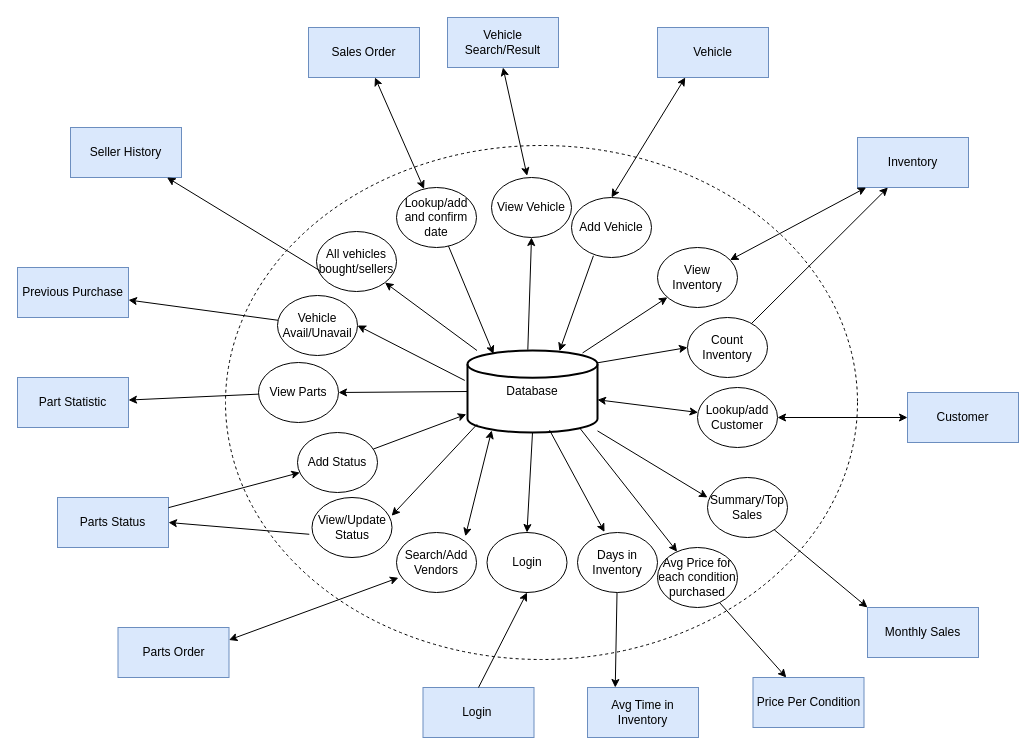
This is phase1IFD_2.drawio from dav1dwd/CS6400, a draw.io file, before an edit. Source tidied: cells renumbered, new cells numbered last; positions are measured from the earlier drawing's top-left corner, leaving out a move shared by most shapes. Both pictures are drawn from the tidied source at 100%, with x=0, y=0 at pixel (17, 17).
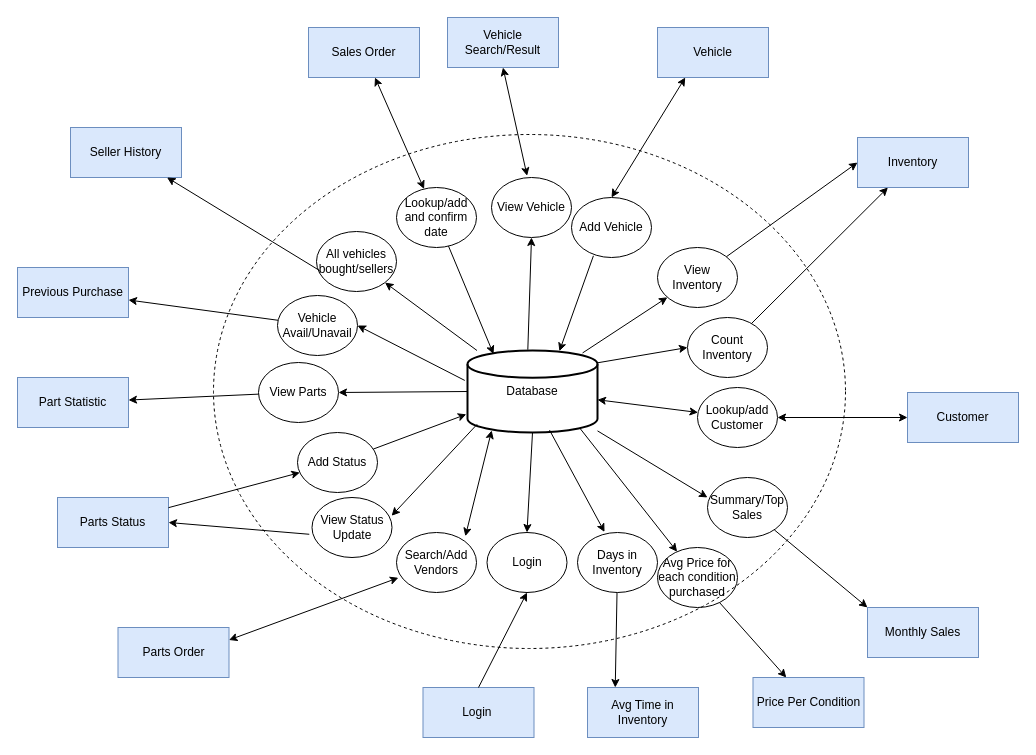
The same diagram, later.

Unchanged cells that the change refers to:
```xml
<mxCell id="23" value="Inventory&lt;br&gt;" style="rounded=0;whiteSpace=wrap;html=1;fillColor=#dae8fc;strokeColor=#6c8ebf;" parent="1" vertex="1">
  <mxGeometry x="840" y="120" width="111" height="50" as="geometry" />
</mxCell>
<mxCell id="24" value="View Inventory" style="ellipse;whiteSpace=wrap;html=1;" parent="1" vertex="1">
  <mxGeometry x="640" y="230" width="80" height="60" as="geometry" />
</mxCell>
```

Diff of the diagram source:
```diff
@@
-    <mxCell id="6" value="View/Update Status" style="ellipse;whiteSpace=wrap;html=1;" parent="1" vertex="1">
+    <mxCell id="6" value="View Status Update" style="ellipse;whiteSpace=wrap;html=1;" parent="1" vertex="1">
       <mxGeometry x="294.5" y="480" width="80" height="60" as="geometry" />
     </mxCell>
@@
-    <mxCell id="31" style="endArrow=classic;startArrow=classic;html=1;rounded=0;" parent="1" edge="1" source="24" target="23">
-      <mxGeometry relative="1" as="geometry" />
-    </mxCell>
@@
     <mxCell id="61" style="ellipse;whiteSpace=wrap;html=1;fillColor=none;dashed=1;" parent="1" vertex="1">
-      <mxGeometry x="208" y="128" width="632" height="514" as="geometry" />
+      <mxGeometry x="196" y="117" width="632" height="514" as="geometry" />
     </mxCell>
@@
+    <mxCell id="31" style="endArrow=classic;html=1;rounded=0;entryX=0;entryY=0.5;entryDx=0;entryDy=0;" parent="1" edge="1" source="24" target="23">
+      <mxGeometry relative="1" as="geometry" />
+    </mxCell>
```
